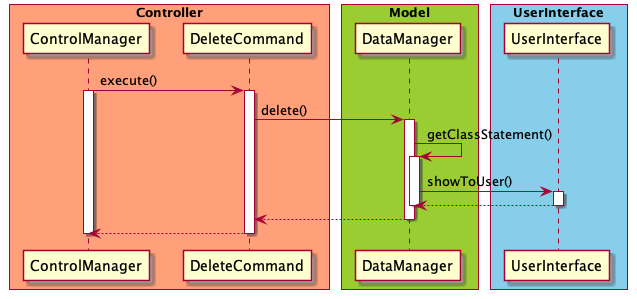
untitle4/tp keeps this PlantUML diagram as docs/diagram/DeleteFeatureDiagram.png. Above is the earlier version.
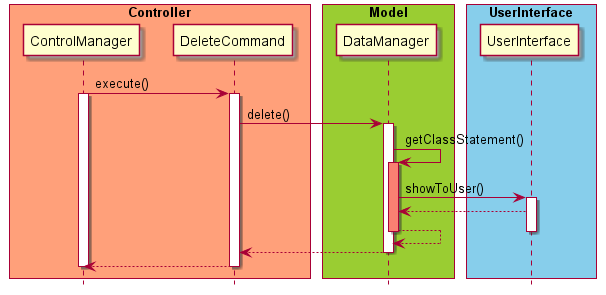
The same file after the commit.

The edit, as a diff of the source:
```diff
@@ -3,6 +3,7 @@
 
 skinparam ParticipantPadding 10
 skinparam BoxPadding 5
+hide footbox
 
 box "Controller" #LightSalmon
 participant ControlManager
@@ -23,14 +24,11 @@
 DeleteCommand -> DataManager: delete()
 activate DataManager
 DataManager -> DataManager: getClassStatement()
-activate DataManager
-
-
-
+activate DataManager #salmon
 DataManager -> UserInterface: showToUser()
 activate UserInterface
-
 UserInterface --> DataManager
+DataManager --> DataManager
 deactivate DataManager
 deactivate UserInterface
 DataManager --> DeleteCommand
```
